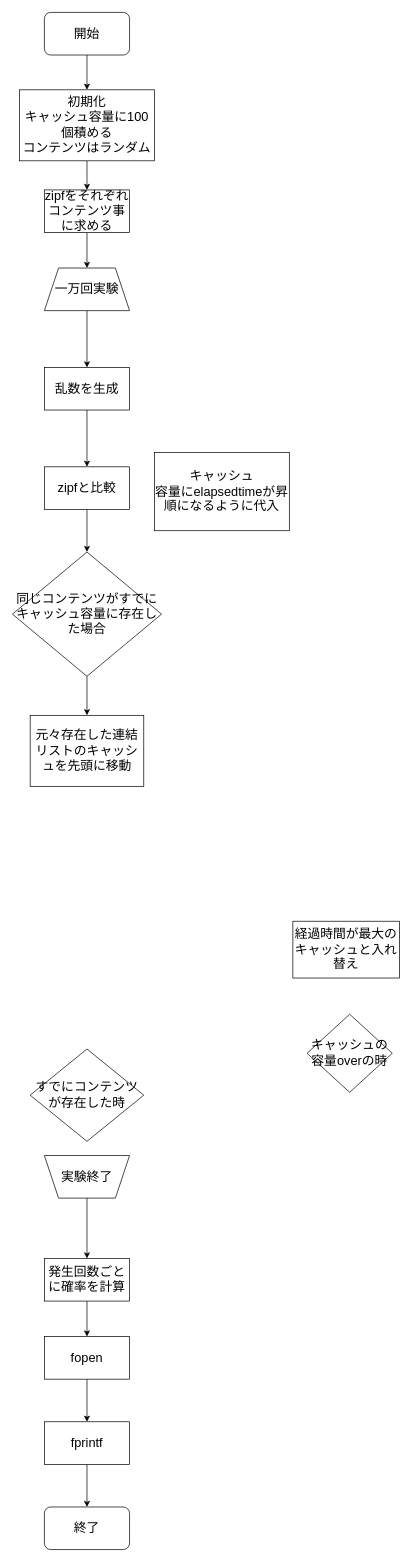
This is kadaiS7/LRU.drawio from hane0817/3kaiAkiSimulator, a draw.io file, before an edit. Source tidied: cells renumbered, new cells numbered last; positions are measured from the earlier drawing's top-left corner, leaving out a move shared by most shapes. Both pictures are drawn from the tidied source at 71%, with x=0, y=0 at pixel (12, 12).
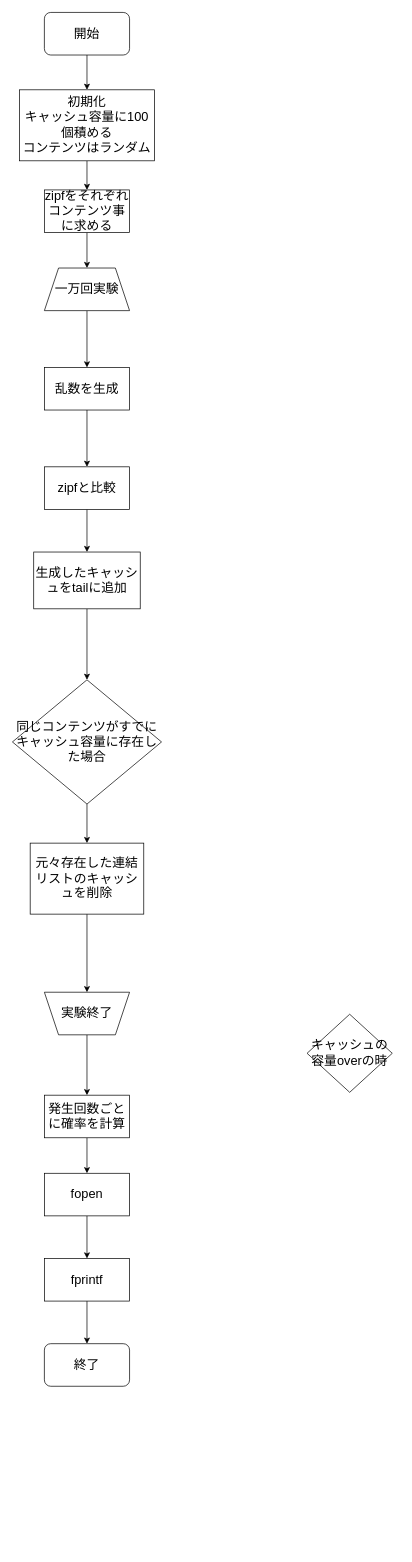
After the change.

Commit message:
kadaiS7のdrawioを完成

Change to the diagram source:
```diff
@@
+    <mxCell id="30" style="edgeStyle=none;html=1;" parent="1" edge="1" source="9" target="27">
+      <mxGeometry relative="1" as="geometry" />
+    </mxCell>
-    <mxCell id="9" value="経過時間が最大のキャッシュと入れ替え" style="whiteSpace=wrap;html=1;fontSize=18;rounded=0;" parent="1" vertex="1">
-      <mxGeometry x="395" y="1280" width="150" height="80" as="geometry" />
+    <mxCell id="9" value="生成したキャッシュをtailに追加" style="whiteSpace=wrap;html=1;fontSize=18;rounded=0;" parent="1" vertex="1">
+      <mxGeometry x="30" y="760" width="150" height="80" as="geometry" />
     </mxCell>
     <mxCell id="10" style="edgeStyle=none;html=1;exitX=0.5;exitY=1;exitDx=0;exitDy=0;entryX=0.5;entryY=0;entryDx=0;entryDy=0;fontSize=14;" parent="1" edge="1" source="11">
       <mxGeometry relative="1" as="geometry">
-        <mxPoint x="105" y="1865" as="targetPoint" />
+        <mxPoint x="105" y="1635" as="targetPoint" />
       </mxGeometry>
     </mxCell>
     <mxCell id="11" value="発生回数ごとに確率を計算" style="rounded=0;whiteSpace=wrap;html=1;fontSize=18;" parent="1" vertex="1">
-      <mxGeometry x="45" y="1755" width="120" height="60" as="geometry" />
+      <mxGeometry x="45" y="1525" width="120" height="60" as="geometry" />
     </mxCell>
     <mxCell id="12" style="edgeStyle=none;html=1;exitX=0.5;exitY=1;exitDx=0;exitDy=0;entryX=0.5;entryY=0;entryDx=0;entryDy=0;fontSize=14;" parent="1" edge="1" source="13">
       <mxGeometry relative="1" as="geometry">
-        <mxPoint x="105" y="1985" as="targetPoint" />
+        <mxPoint x="105" y="1755" as="targetPoint" />
       </mxGeometry>
     </mxCell>
     <mxCell id="13" value="fopen" style="rounded=0;whiteSpace=wrap;html=1;fontSize=18;" parent="1" vertex="1">
-      <mxGeometry x="45" y="1865" width="120" height="60" as="geometry" />
+      <mxGeometry x="45" y="1635" width="120" height="60" as="geometry" />
     </mxCell>
     <mxCell id="14" style="edgeStyle=none;html=1;exitX=0.5;exitY=1;exitDx=0;exitDy=0;entryX=0.5;entryY=0;entryDx=0;entryDy=0;fontSize=14;" parent="1" edge="1" source="15">
       <mxGeometry relative="1" as="geometry">
-        <mxPoint x="105" y="2105" as="targetPoint" />
+        <mxPoint x="105" y="1875" as="targetPoint" />
       </mxGeometry>
     </mxCell>
     <mxCell id="15" value="fprintf" style="rounded=0;whiteSpace=wrap;html=1;fontSize=18;" parent="1" vertex="1">
-      <mxGeometry x="45" y="1985" width="120" height="60" as="geometry" />
+      <mxGeometry x="45" y="1755" width="120" height="60" as="geometry" />
     </mxCell>
     <mxCell id="16" value="&lt;span style=&quot;font-size: 18px;&quot;&gt;終了&lt;/span&gt;" style="rounded=1;whiteSpace=wrap;html=1;" parent="1" vertex="1">
-      <mxGeometry x="45" y="2105" width="120" height="60" as="geometry" />
+      <mxGeometry x="45" y="1875" width="120" height="60" as="geometry" />
     </mxCell>
@@
     <mxCell id="20" value="実験終了" style="shape=trapezoid;perimeter=trapezoidPerimeter;whiteSpace=wrap;html=1;fixedSize=1;fontSize=18;rounded=0;direction=west;" parent="1" vertex="1">
-      <mxGeometry x="45" y="1610" width="120" height="60" as="geometry" />
+      <mxGeometry x="45" y="1380" width="120" height="60" as="geometry" />
     </mxCell>
@@
-    <mxCell id="25" value="すでにコンテンツが存在した時" style="rhombus;whiteSpace=wrap;html=1;fontSize=18;rounded=0;" parent="1" vertex="1">
-      <mxGeometry x="25" y="1460" width="160" height="130" as="geometry" />
-    </mxCell>
@@
     <mxCell id="27" value="同じコンテンツがすでにキャッシュ容量に存在した場合" style="rhombus;whiteSpace=wrap;html=1;fontSize=18;rounded=0;" parent="1" vertex="1">
-      <mxGeometry y="760" width="210" height="175" as="geometry" />
+      <mxGeometry y="940" width="210" height="175" as="geometry" />
     </mxCell>
-    <mxCell id="28" value="キャッシュ&lt;br&gt;容量にelapsedtimeが昇順になるように代入" style="whiteSpace=wrap;html=1;fontSize=18;rounded=0;" parent="1" vertex="1">
-      <mxGeometry x="200" y="620" width="190" height="110" as="geometry" />
-    </mxCell>
+    <mxCell id="31" style="edgeStyle=none;html=1;" parent="1" edge="1" source="29" target="20">
+      <mxGeometry relative="1" as="geometry" />
+    </mxCell>
-    <mxCell id="29" value="元々存在した連結リストのキャッシュを先頭に移動" style="whiteSpace=wrap;html=1;fontSize=18;rounded=0;" parent="1" vertex="1">
-      <mxGeometry x="25" y="990" width="160" height="100" as="geometry" />
+    <mxCell id="29" value="元々存在した連結リストのキャッシュを削除" style="whiteSpace=wrap;html=1;fontSize=18;rounded=0;" parent="1" vertex="1">
+      <mxGeometry x="25" y="1170" width="160" height="100" as="geometry" />
     </mxCell>
```
